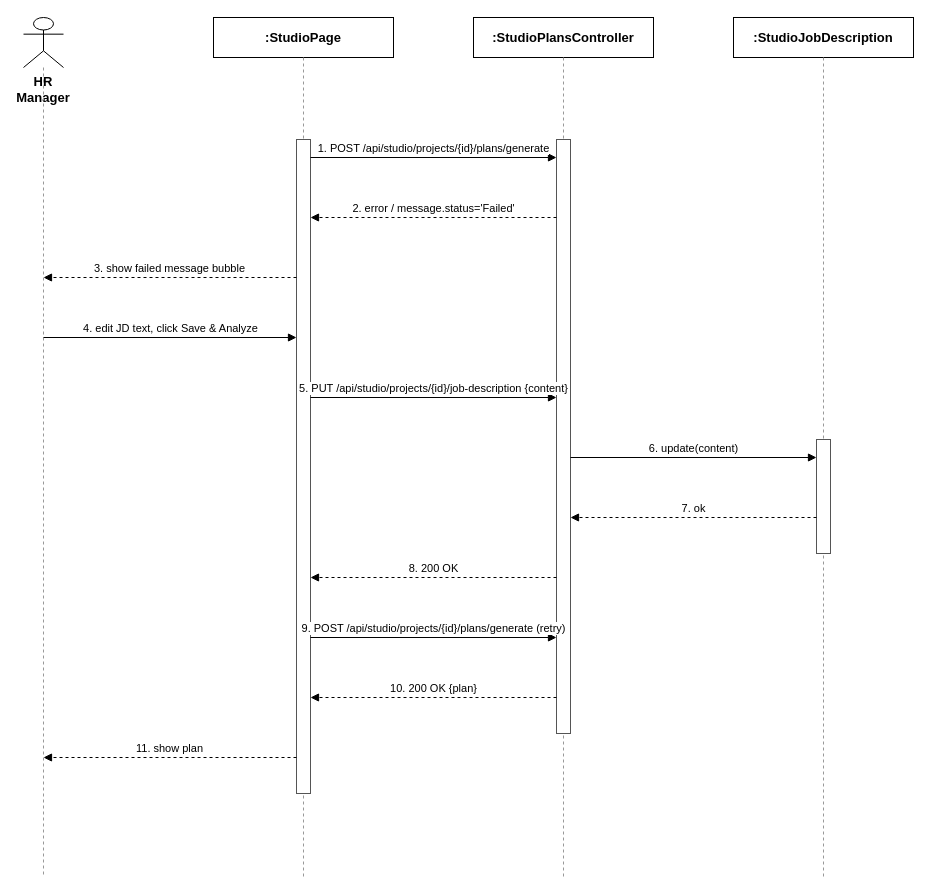
tulklk/AI_Interview_Question_Generation_RAG_LLM_FE keeps this draw.io diagram as docs/qa/SequenceDiagram/03_JobDescriptionManagement_UpdateJD_WhenFailed.drawio. Above is the earlier version. Source tidied: cells renumbered, new cells numbered last; positions are measured from the earlier drawing's top-left corner, leaving out a move shared by most shapes. Both pictures are drawn from the tidied source at 100%, with x=0, y=0 at pixel (23, 17).
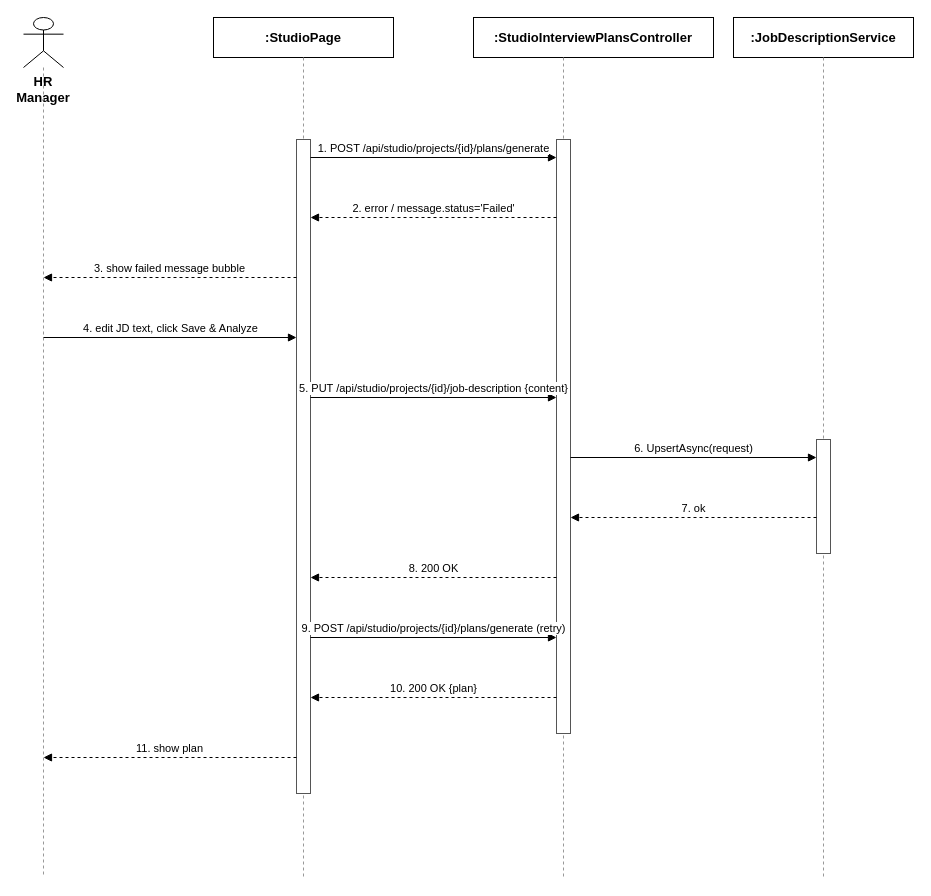
Above is the later version.

Commit message (it also covers changes not shown here):
docs(qa): correct JD Management and Knowledge Base diagrams against real BE service classes

Diff of the diagram source:
```diff
@@
-    <mxCell id="6" value=":StudioPlansController" style="rounded=0;whiteSpace=wrap;html=1;fontSize=13;fillColor=#ffffff;strokeColor=#000000;fontStyle=1;" parent="1" vertex="1">
-      <mxGeometry x="450" width="180" height="40" as="geometry" />
+    <mxCell id="6" value=":StudioInterviewPlansController" style="rounded=0;whiteSpace=wrap;html=1;fontSize=13;fillColor=#ffffff;strokeColor=#000000;fontStyle=1;" parent="1" vertex="1">
+      <mxGeometry x="450" width="240" height="40" as="geometry" />
     </mxCell>
@@
-    <mxCell id="8" value=":StudioJobDescription" style="rounded=0;whiteSpace=wrap;html=1;fontSize=13;fillColor=#ffffff;strokeColor=#000000;fontStyle=1;" parent="1" vertex="1">
+    <mxCell id="8" value=":JobDescriptionService" style="rounded=0;whiteSpace=wrap;html=1;fontSize=13;fillColor=#ffffff;strokeColor=#000000;fontStyle=1;" parent="1" vertex="1">
       <mxGeometry x="710" width="180" height="40" as="geometry" />
     </mxCell>
@@
-    <mxCell id="18" value="6. update(content)" style="endArrow=block;endFill=1;html=1;fontSize=11;align=center;verticalAlign=bottom;labelBackgroundColor=#ffffff;strokeColor=#000000;" parent="1" edge="1">
+    <mxCell id="18" value="6. UpsertAsync(request)" style="endArrow=block;endFill=1;html=1;fontSize=11;align=center;verticalAlign=bottom;labelBackgroundColor=#ffffff;strokeColor=#000000;" parent="1" edge="1">
       <mxGeometry relative="1" as="geometry">
         <mxPoint x="547" y="440" as="sourcePoint" />
         <mxPoint x="793" y="440" as="targetPoint" />
       </mxGeometry>
     </mxCell>
```
